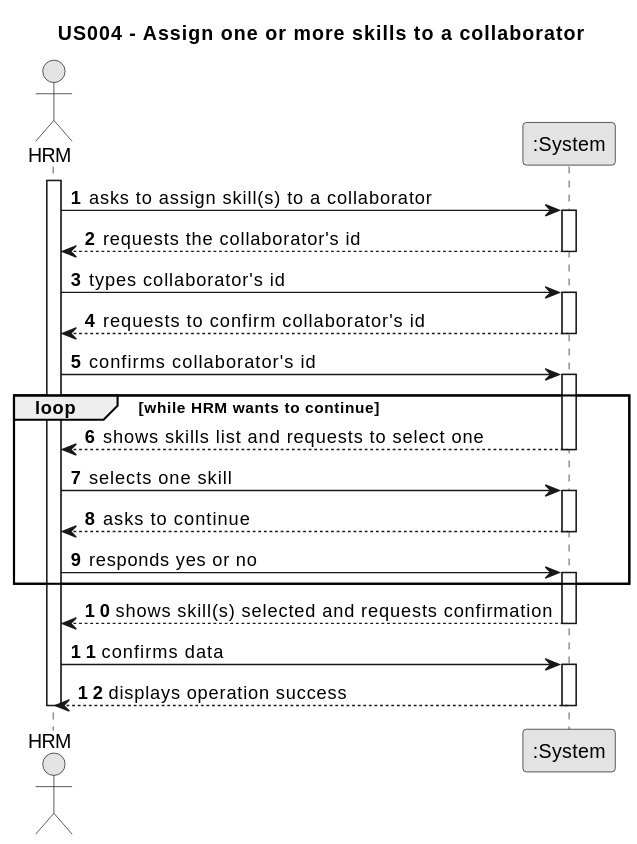
The PlantUML diagram docs/sprintB/us004/01.requirements-engineering/svg/us004-system-sequence-diagram.svg in Departamento-de-Engenharia-Informatica/lei-24-s2-1dm-g132, before a commit. The source it was exported from:
```plantuml
@startuml
skinparam monochrome true
skinparam packageStyle rectangle
skinparam shadowing false

title US004 - Assign one or more skills to a collaborator

autonumber

actor "HRM" as Employee
participant ":System" as System

activate Employee

    Employee -> System : asks to assign skill(s) to a collaborator
    activate System

    System --> Employee : requests the collaborator's id
    deactivate System

    Employee -> System : types collaborator's id
    activate System

    System --> Employee : requests to confirm collaborator's id
    deactivate System

    Employee -> System : confirms collaborator's id
    activate System

    loop while HRM wants to continue
    System --> Employee : shows skills list and requests to select one
    deactivate System

    Employee -> System : selects one skill
    activate System

    System --> Employee : asks to continue
    deactivate System

    Employee -> System : responds yes or no
    activate System
    end
    System --> Employee : shows skill(s) selected and requests confirmation
    deactivate System

    Employee -> System : confirms data
    activate System

    System --> Employee : displays operation success
    deactivate System

deactivate Employee
@enduml
```
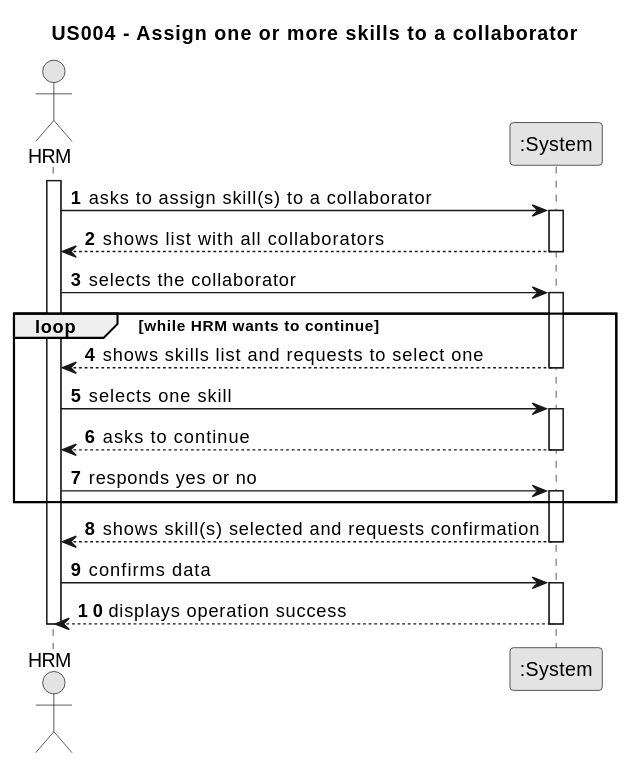
The same file after the commit.

Diff of the diagram source:
```diff
@@ -15,16 +15,10 @@
     Employee -> System : asks to assign skill(s) to a collaborator
     activate System
 
-    System --> Employee : requests the collaborator's id
+    System --> Employee : shows list with all collaborators
     deactivate System
 
-    Employee -> System : types collaborator's id
-    activate System
-
-    System --> Employee : requests to confirm collaborator's id
-    deactivate System
-
-    Employee -> System : confirms collaborator's id
+    Employee -> System : selects the collaborator
     activate System
 
     loop while HRM wants to continue
```
